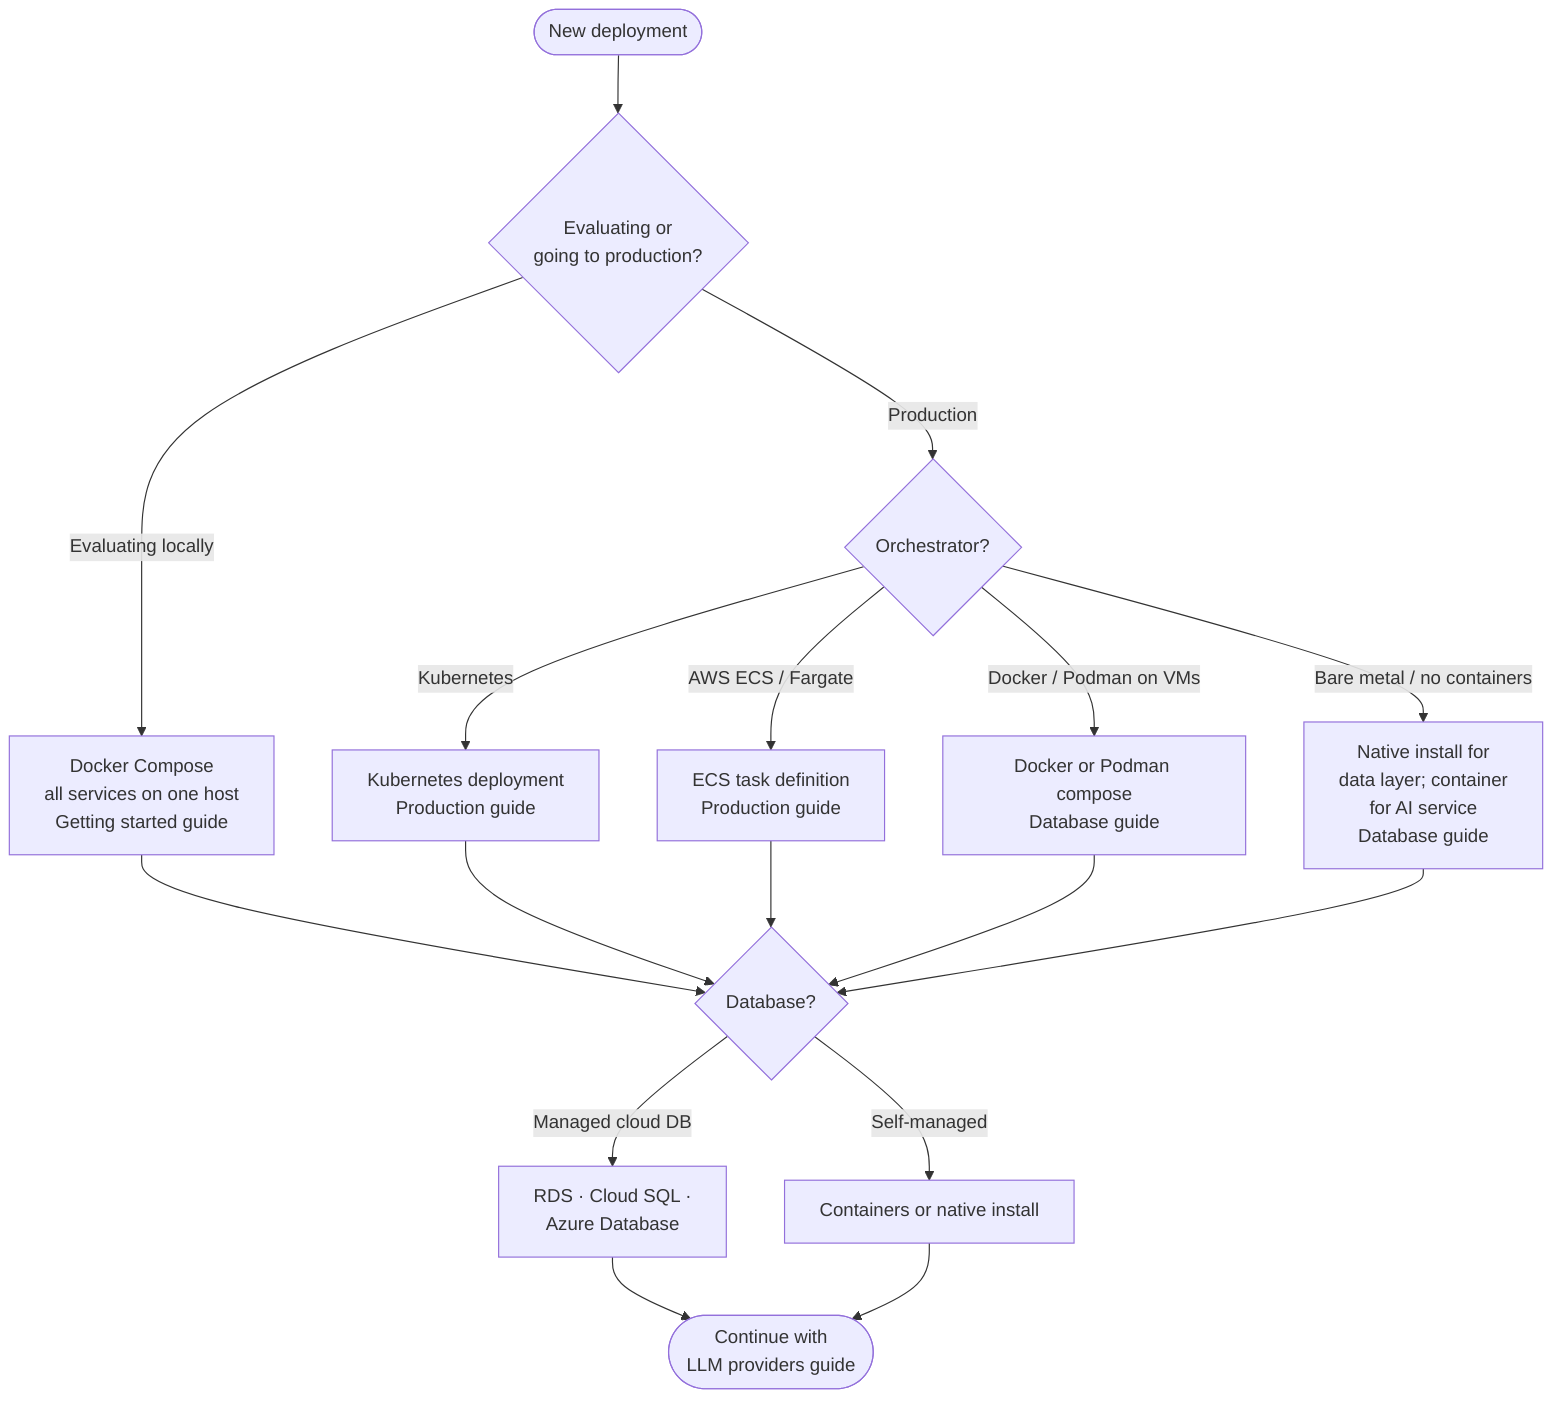
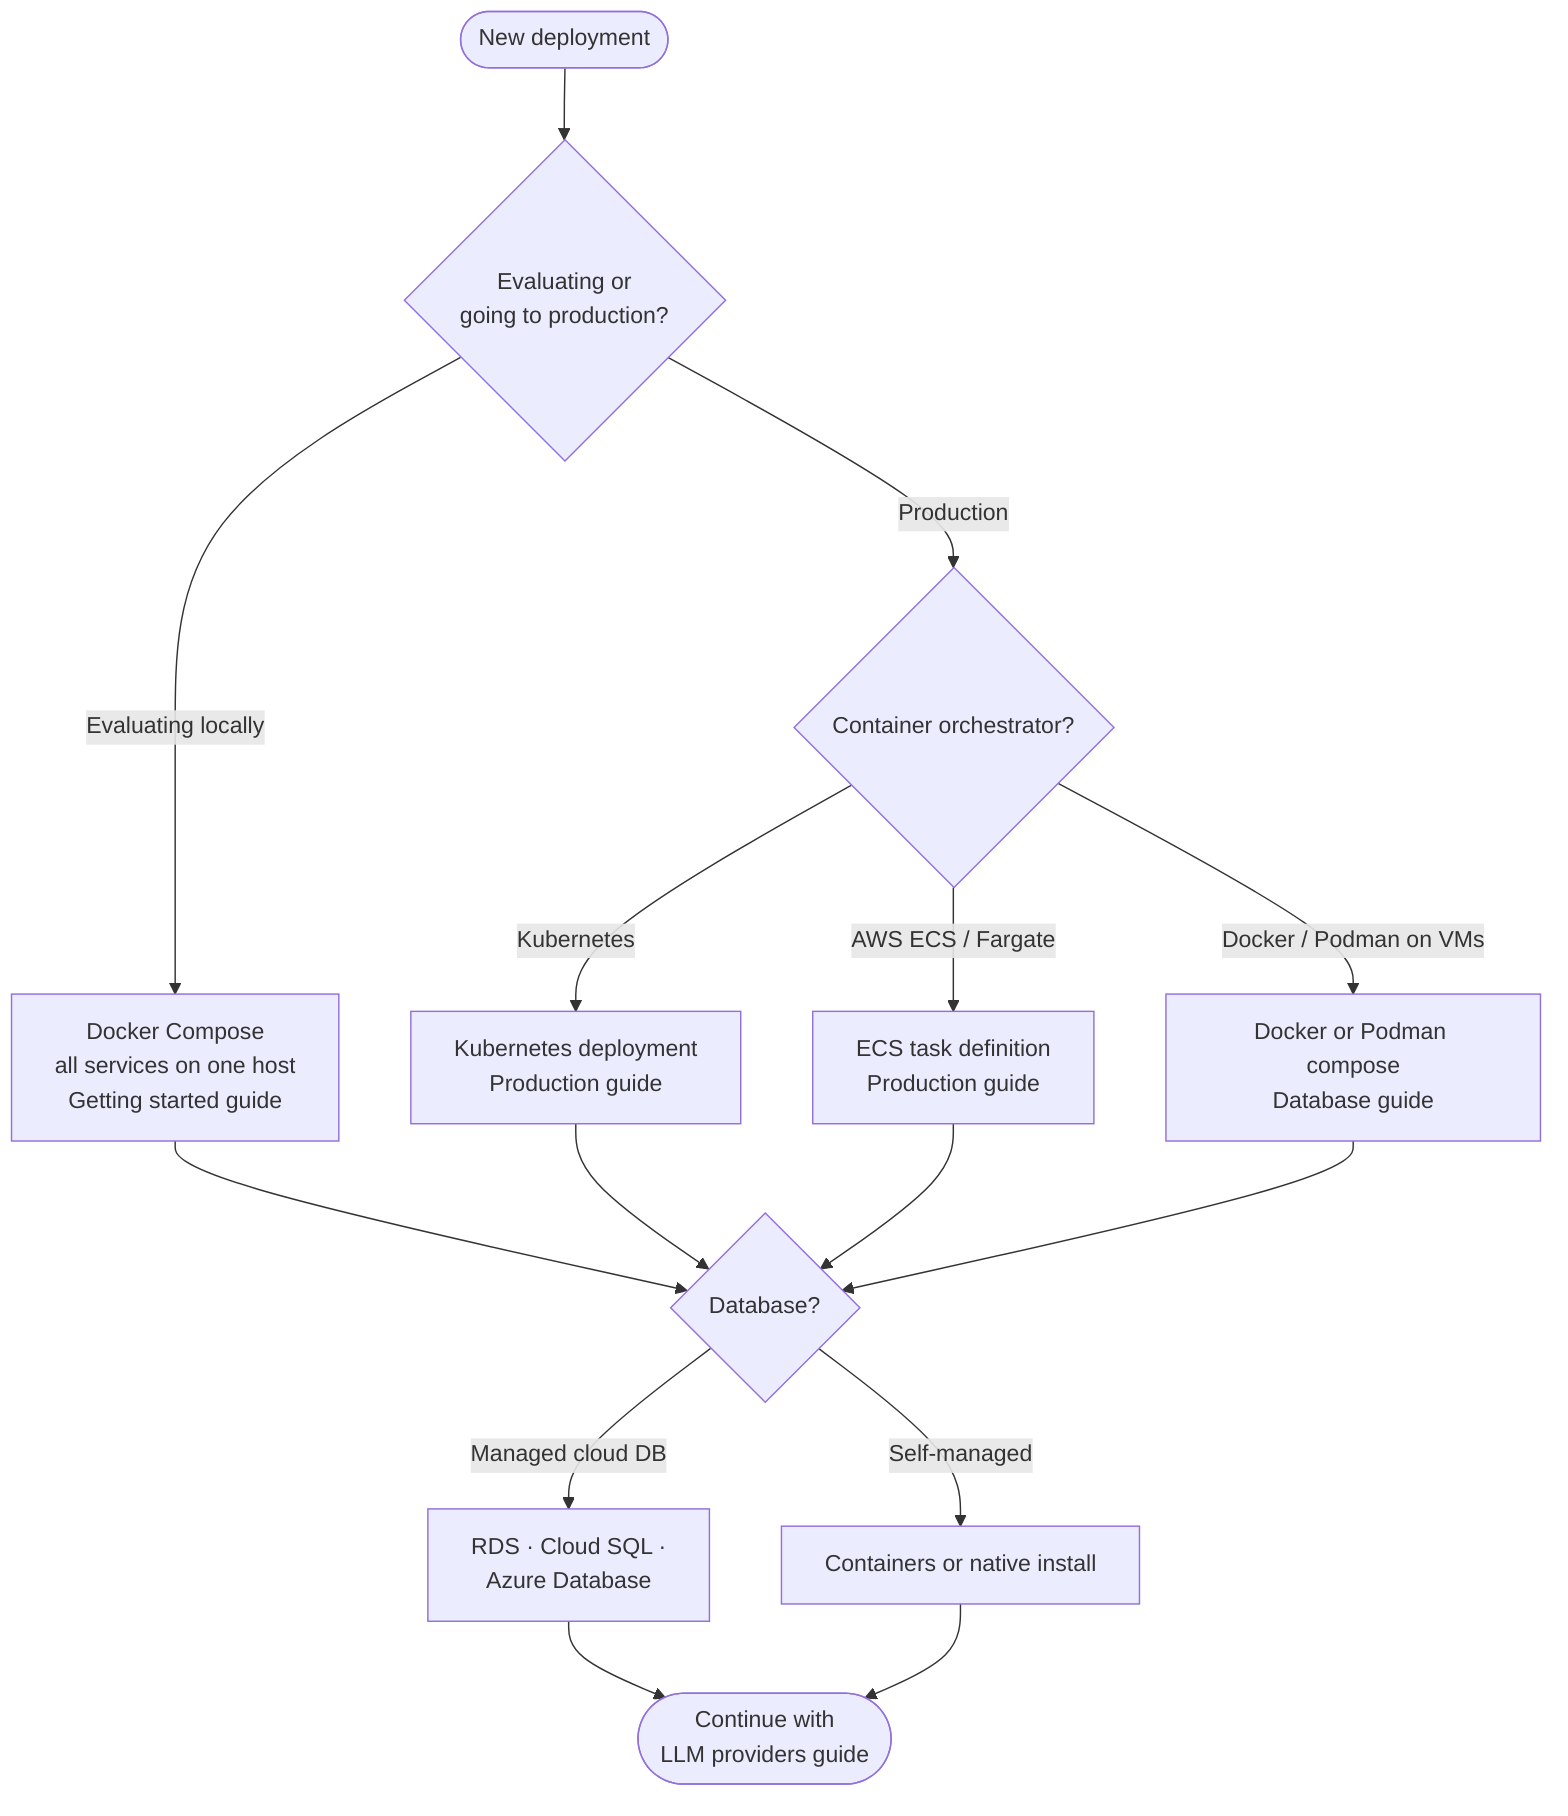
flowchart TD
    Start([New deployment]) --> Q1{Evaluating or<br>going to production?}
    Q1 -->|Evaluating locally| Compose[Docker Compose<br>all services on one host<br>Getting started guide]
-     Q1 -->|Production| Q2{Orchestrator?}
+     Q1 -->|Production| Q2{Container orchestrator?}
    Q2 -->|Kubernetes| K8s[Kubernetes deployment<br>Production guide]
    Q2 -->|AWS ECS / Fargate| ECS[ECS task definition<br>Production guide]
    Q2 -->|Docker / Podman on VMs| VMs[Docker or Podman compose<br>Database guide]
-     Q2 -->|Bare metal / no containers| Bare[Native install for<br>data layer; container<br>for AI service<br>Database guide]
    Compose --> DB{Database?}
    K8s --> DB
    ECS --> DB
    VMs --> DB
-     Bare --> DB
    DB -->|Managed cloud DB| Managed[RDS · Cloud SQL ·<br>Azure Database]
    DB -->|Self-managed| Self[Containers or native install]
    Managed --> Done([Continue with<br>LLM providers guide])
    Self --> Done
